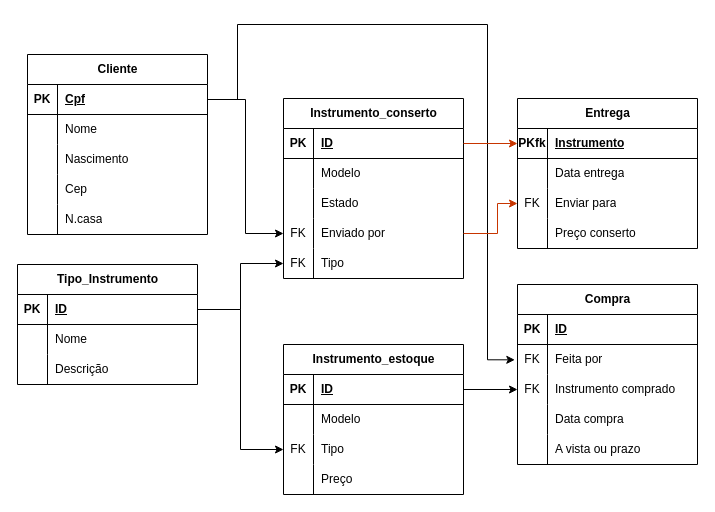
Before: Modelagem.drawio in BrunoRodrigues517/TCAluthieria, a draw.io diagram. Source tidied: cells renumbered, new cells numbered last; positions are measured from the earlier drawing's top-left corner, leaving out a move shared by most shapes. Both pictures are drawn from the tidied source at 100%, with x=0, y=0 at pixel (17, 24).
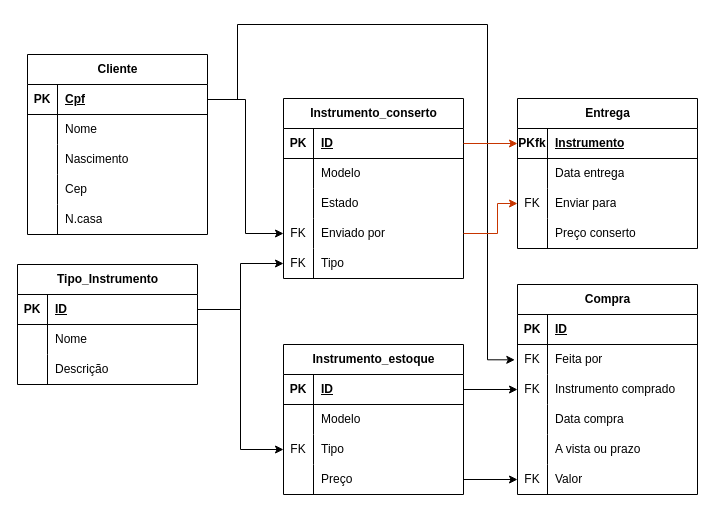
The same page after the edit.

The change refers to these unchanged cells:
```xml
<mxCell id="12" style="shape=tableRow;horizontal=0;startSize=0;swimlaneHead=0;swimlaneBody=0;fillColor=none;points=[[0,0.5],[1,0.5]];portConstraint=eastwest;top=0;left=0;right=0;bottom=0;" parent="2" vertex="1">
  <mxGeometry y="120" width="180" height="30" as="geometry" />
</mxCell>
```

What changed in the source:
```diff
@@
     <mxCell id="59" value="Compra" style="shape=table;startSize=30;childLayout=tableLayout;rowLines=0;fontStyle=1;align=center;html=1;" parent="1" vertex="1">
-      <mxGeometry x="500" y="260" width="180" height="180" as="geometry" />
+      <mxGeometry x="500" y="260" width="180" height="210" as="geometry" />
     </mxCell>
@@
+    <mxCell id="93" style="shape=tableRow;horizontal=0;startSize=0;swimlaneHead=0;swimlaneBody=0;fillColor=none;points=[[0,0.5],[1,0.5]];portConstraint=eastwest;top=0;left=0;right=0;bottom=0;" parent="59" vertex="1">
+      <mxGeometry y="180" width="180" height="30" as="geometry" />
+    </mxCell>
+    <mxCell id="94" value="FK" style="shape=partialRectangle;fillColor=none;top=0;left=0;bottom=0;right=0;overflow=hidden;whiteSpace=wrap;html=1;" parent="93" vertex="1">
+      <mxGeometry width="30" height="30" as="geometry" />
+    </mxCell>
+    <mxCell id="95" value="Valor" style="shape=partialRectangle;fillColor=none;top=0;left=0;bottom=0;right=0;align=left;spacingLeft=6;overflow=hidden;whiteSpace=wrap;html=1;" parent="93" vertex="1">
+      <mxGeometry x="30" width="150" height="30" as="geometry" />
+    </mxCell>
@@
+    <mxCell id="96" style="edgeStyle=orthogonalEdgeStyle;rounded=0;jettySize=auto;html=1;exitX=1;exitY=0.5;exitDx=0;exitDy=0;entryX=0;entryY=0.5;entryDx=0;entryDy=0;" parent="1" edge="1" source="12" target="93">
+      <mxGeometry relative="1" as="geometry" />
+    </mxCell>
```
